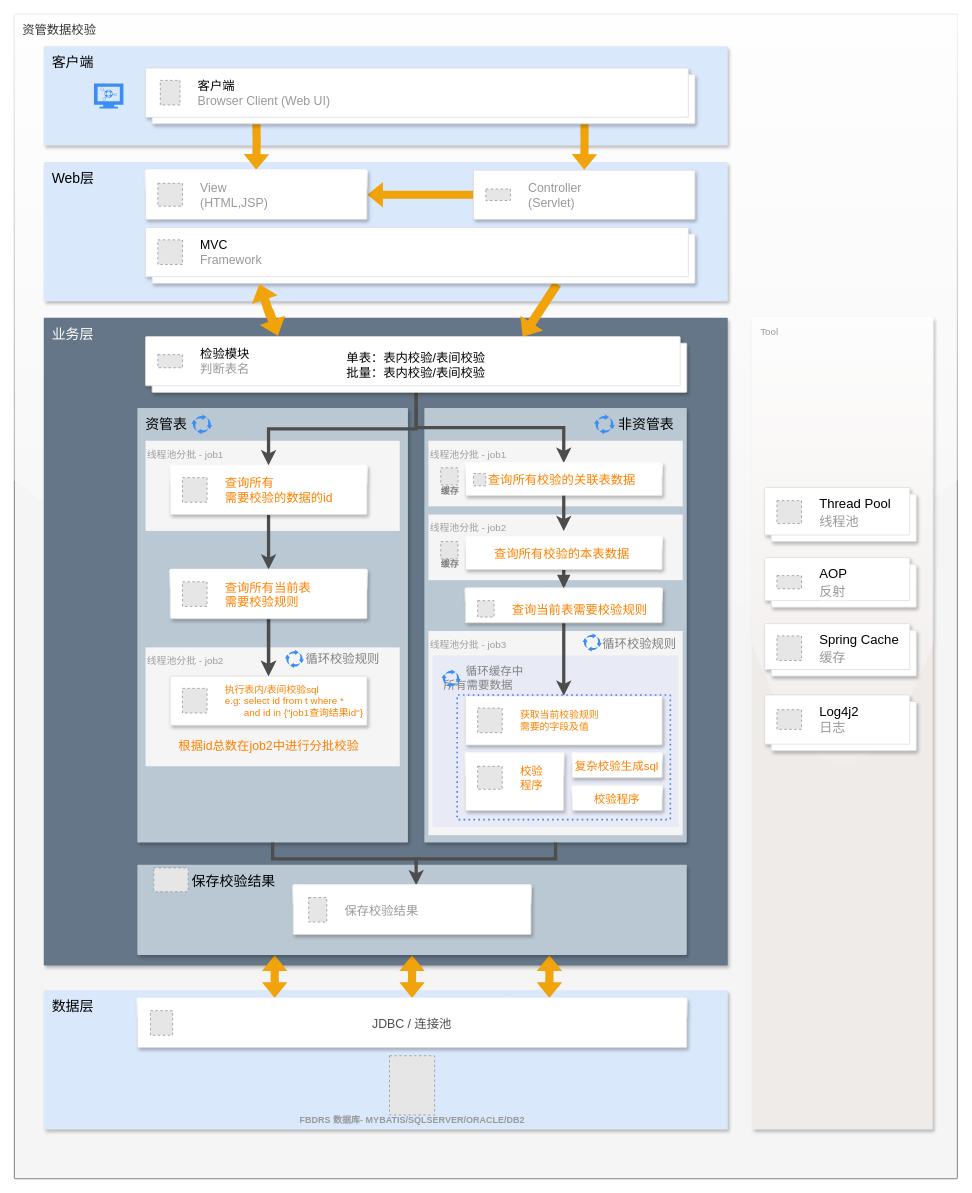
This is Untitled Diagram.drawio from MCALEX0122/chapter-2-spring-boot-config, a draw.io file, before an edit. Source tidied: cells renumbered, new cells numbered last; positions are measured from the earlier drawing's top-left corner, leaving out a move shared by most shapes. Both pictures are drawn from the tidied source at 82%, with x=0, y=0 at pixel (14, 14). Pictures stored in the file or linked from it are replaced by grey dashed boxes.
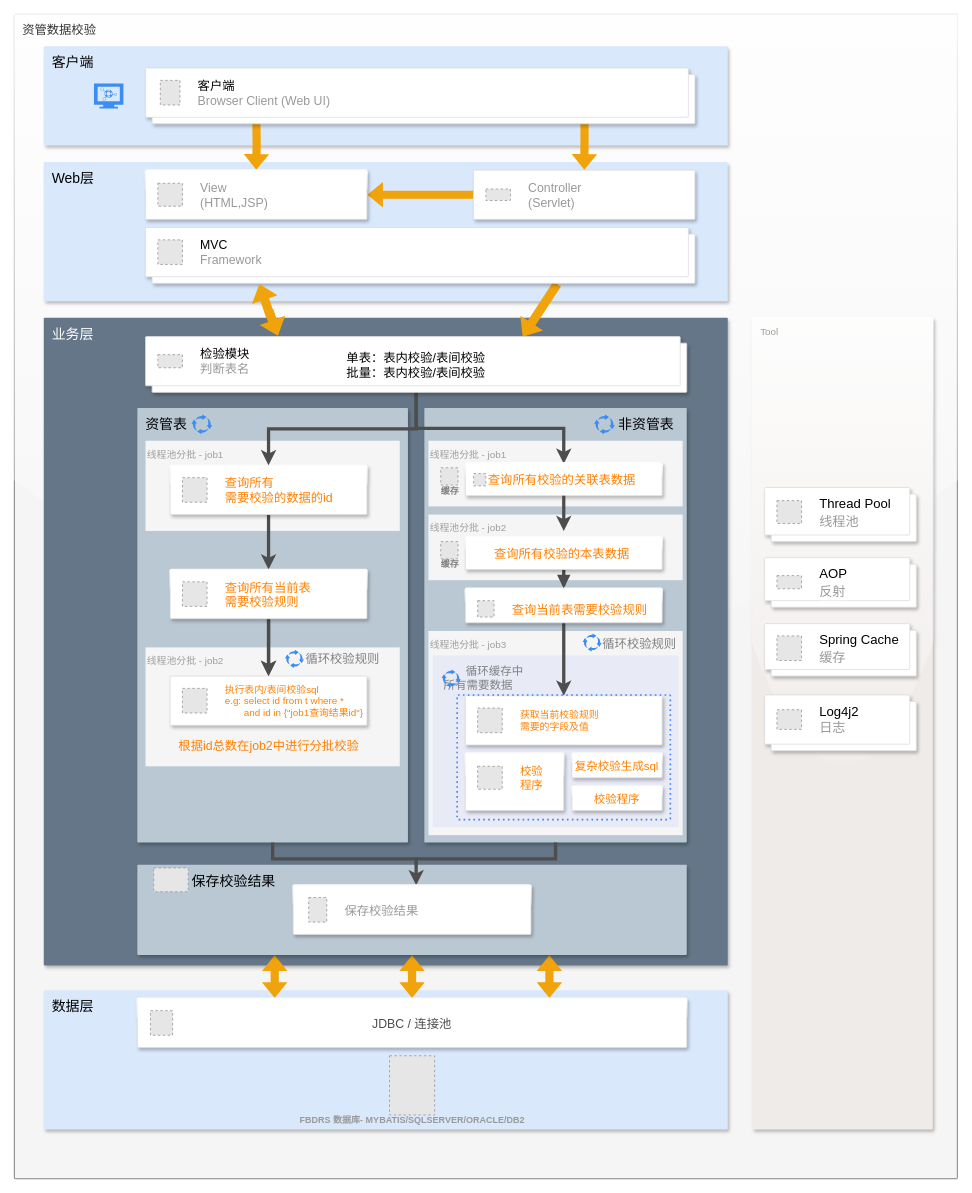
Above is the later version.

Commit message:
资管表校验设计.drawio

The change refers to these unchanged cells:
```xml
<mxCell id="43" value="单表：表内校验/表间校验&#10;批量：表内校验/表间校验" style="shape=mxgraph.gcp2.doubleRect;strokeColor=#dddddd;shadow=1;strokeWidth=1;rounded=1;absoluteArcSize=1;arcSize=2;glass=1;sketch=0;fontSize=15;fillColor=default;" parent="1" vertex="1">
  <mxGeometry x="160" y="393" width="660" height="68" as="geometry" />
</mxCell>
<mxCell id="45" value="查询所有校验的关联表数据 " style="strokeColor=#dddddd;shadow=1;strokeWidth=1;rounded=1;absoluteArcSize=1;arcSize=2;glass=1;sketch=0;fontSize=15;fillColor=default;fontColor=#FF8000;" parent="1" vertex="1">
  <mxGeometry x="550" y="547" width="240" height="40" as="geometry" />
</mxCell>
```

What changed in the source:
```diff
@@
-    <mxCell id="42" style="edgeStyle=orthogonalEdgeStyle;rounded=0;sketch=0;jettySize=auto;html=1;exitX=0.5;exitY=1;exitDx=0;exitDy=0;entryX=0.5;entryY=0;entryDx=0;entryDy=0;shadow=0;strokeColor=#4D4D4D;strokeWidth=4;fontSize=15;fontColor=#FF8000;" parent="1" edge="1" source="43" target="45">
+    <mxCell id="42" style="edgeStyle=orthogonalEdgeStyle;rounded=0;sketch=0;orthogonalLoop=1;jettySize=auto;html=1;exitX=0.5;exitY=1;exitDx=0;exitDy=0;entryX=0.5;entryY=0;entryDx=0;entryDy=0;shadow=0;strokeColor=#4D4D4D;strokeWidth=4;fontSize=15;fontColor=#FF8000;" parent="1" edge="1">
       <mxGeometry relative="1" as="geometry">
+        <mxPoint x="490" y="462" as="sourcePoint" />
+        <mxPoint x="670" y="548" as="targetPoint" />
         <Array as="points">
-          <mxPoint x="490" y="504" />
-          <mxPoint x="670" y="504" />
+          <mxPoint x="490" y="505" />
+          <mxPoint x="670" y="505" />
         </Array>
       </mxGeometry>
     </mxCell>
```
